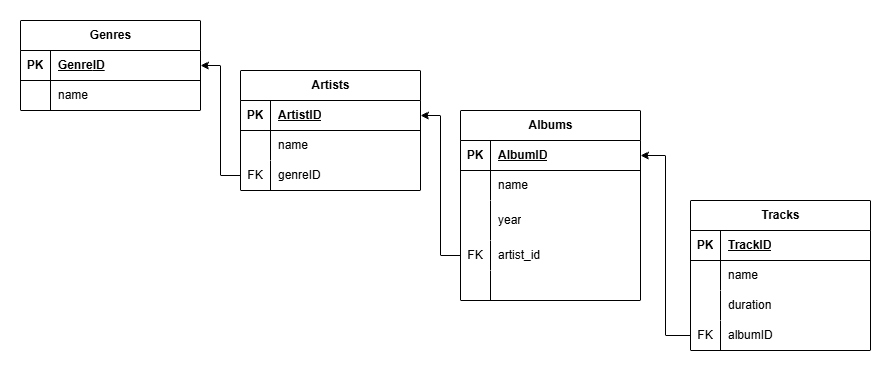
The draw.io diagram db_homework.png in grigoscope/py-homeworks-db, before a commit. Source tidied: cells renumbered, new cells last; positions are measured from the earlier drawing's top-left corner, leaving out a move shared by most shapes.
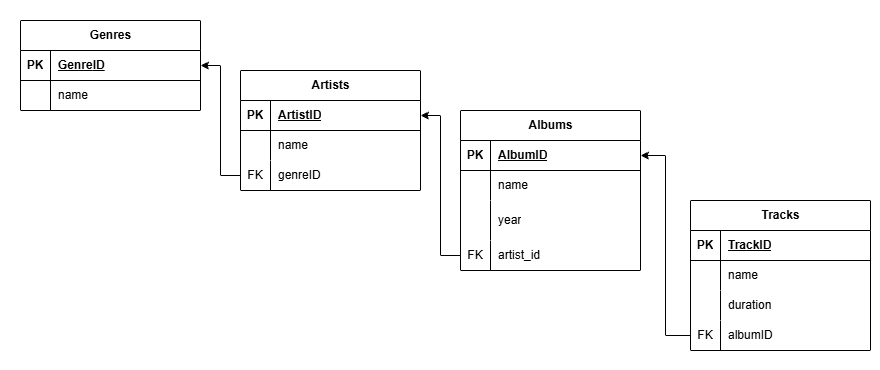
After the change.

What changed in the source:
```diff
@@ -57,7 +57,7 @@
       <mxGeometry x="30" width="150" height="30" as="geometry" />
     </mxCell>
     <mxCell id="20" value="Albums" style="shape=table;startSize=30;rowLines=0;fontStyle=1;align=center;html=1;" parent="1" vertex="1">
-      <mxGeometry x="460" y="110" width="180" height="190" as="geometry" />
+      <mxGeometry x="460" y="110" width="180" height="160" as="geometry" />
     </mxCell>
     <mxCell id="21" style="shape=tableRow;horizontal=0;startSize=0;swimlaneHead=0;swimlaneBody=0;fillColor=none;points=[[0,0.5],[1,0.5]];portConstraint=eastwest;top=0;left=0;right=0;bottom=1;" parent="20" vertex="1">
       <mxGeometry y="30" width="180" height="30" as="geometry" />
@@ -95,15 +95,6 @@
     <mxCell id="32" value="artist_id" style="shape=partialRectangle;fillColor=none;top=0;left=0;bottom=0;right=0;align=left;spacingLeft=6;overflow=hidden;whiteSpace=wrap;html=1;" parent="30" vertex="1">
       <mxGeometry x="30" width="150" height="30" as="geometry" />
     </mxCell>
-    <mxCell id="33" style="shape=tableRow;horizontal=0;startSize=0;swimlaneHead=0;swimlaneBody=0;fillColor=none;top=0;left=0;right=0;bottom=0;" parent="20" vertex="1">
-      <mxGeometry y="160" width="180" height="30" as="geometry" />
-    </mxCell>
-    <mxCell id="34" style="shape=partialRectangle;fillColor=none;top=0;left=0;bottom=0;right=0;overflow=hidden;whiteSpace=wrap;html=1;" parent="33" vertex="1">
-      <mxGeometry width="30" height="30" as="geometry" />
-    </mxCell>
-    <mxCell id="35" style="shape=partialRectangle;fillColor=none;top=0;left=0;bottom=0;right=0;align=left;spacingLeft=6;overflow=hidden;whiteSpace=wrap;html=1;" parent="33" vertex="1">
-      <mxGeometry x="30" width="150" height="30" as="geometry" />
-    </mxCell>
     <mxCell id="36" value="Tracks" style="shape=table;startSize=30;rowLines=0;fontStyle=1;align=center;html=1;" parent="1" vertex="1">
       <mxGeometry x="690" y="200" width="180" height="150" as="geometry" />
     </mxCell>
```
